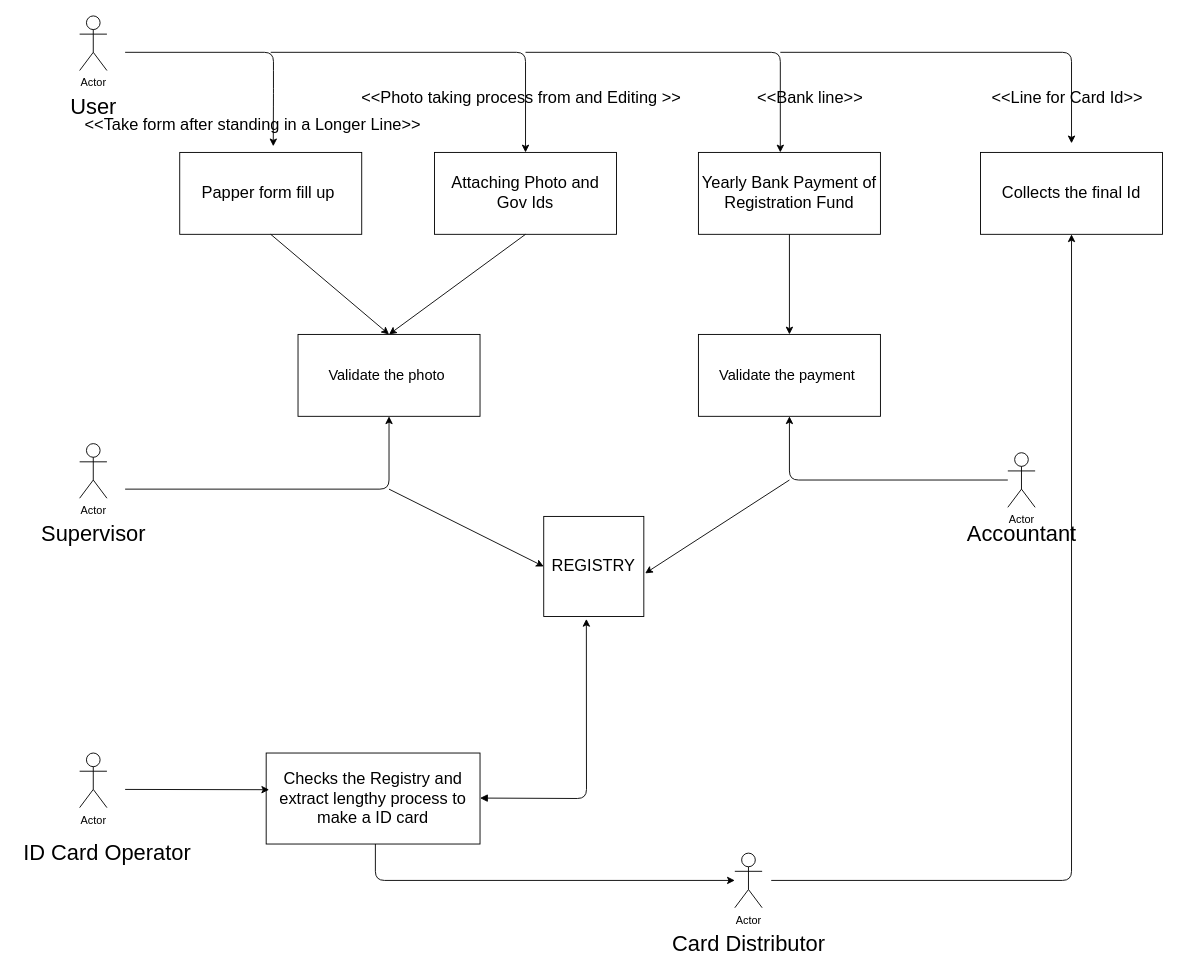
This is AutoVsManual.drawio from chauchausoup/inventory, a draw.io file, before an edit. Source tidied: cells renumbered, new cells numbered last; positions are measured from the earlier drawing's top-left corner, leaving out a move shared by most shapes. Both pictures are drawn from the tidied source at 91%, with x=0, y=0 at pixel (15, 15).
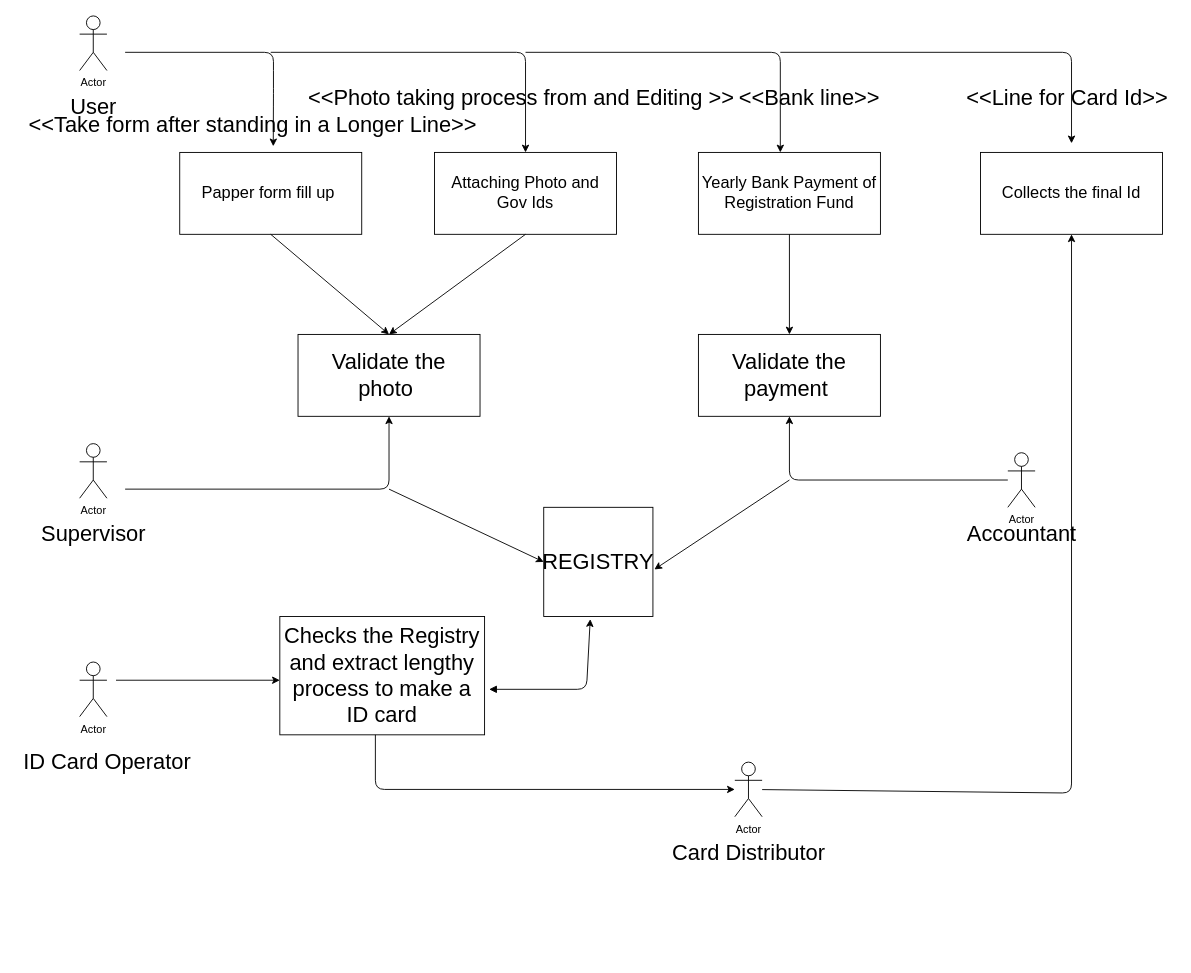
The same page after the edit.

Unchanged cells that the change refers to:
```xml
<mxCell id="33" value="&lt;font style=&quot;font-size: 18px&quot;&gt;Collects the final Id&lt;/font&gt;" style="rounded=0;whiteSpace=wrap;html=1;" parent="1" vertex="1">
  <mxGeometry x="1060" y="150" width="200" height="90" as="geometry" />
</mxCell>
```

Change to the diagram source:
```diff
@@
-    <mxCell id="4" value="&lt;font size=&quot;3&quot;&gt;Validate the photo&amp;nbsp;&lt;/font&gt;" style="rounded=0;whiteSpace=wrap;html=1;" parent="1" vertex="1">
+    <mxCell id="4" value="&lt;font style=&quot;font-size: 24px&quot;&gt;Validate the photo&amp;nbsp;&lt;/font&gt;" style="rounded=0;whiteSpace=wrap;html=1;" parent="1" vertex="1">
       <mxGeometry x="310" y="350" width="200" height="90" as="geometry" />
     </mxCell>
@@
-    <mxCell id="18" value="&lt;font size=&quot;3&quot;&gt;Validate the payment&amp;nbsp;&lt;/font&gt;" style="rounded=0;whiteSpace=wrap;html=1;" parent="1" vertex="1">
+    <mxCell id="18" value="&lt;font style=&quot;font-size: 24px&quot;&gt;Validate the payment&amp;nbsp;&lt;/font&gt;" style="rounded=0;whiteSpace=wrap;html=1;" parent="1" vertex="1">
       <mxGeometry x="750" y="350" width="200" height="90" as="geometry" />
     </mxCell>
@@
-    <mxCell id="21" value="&lt;font style=&quot;font-size: 18px&quot;&gt;REGISTRY&lt;/font&gt;" style="whiteSpace=wrap;html=1;" parent="1" vertex="1">
-      <mxGeometry x="580" y="550" width="110" height="110" as="geometry" />
+    <mxCell id="21" value="&lt;font style=&quot;font-size: 24px&quot;&gt;REGISTRY&lt;/font&gt;" style="whiteSpace=wrap;html=1;" parent="1" vertex="1">
+      <mxGeometry x="580" y="540" width="120" height="120" as="geometry" />
     </mxCell>
@@
-    <mxCell id="24" value="&lt;font style=&quot;font-size: 18px&quot;&gt;&amp;lt;&amp;lt;Photo taking process from and Editing &amp;gt;&amp;gt;&lt;/font&gt;" style="text;html=1;align=center;verticalAlign=middle;" parent="1" vertex="1">
-      <mxGeometry x="370" y="80" width="370" height="20" as="geometry" />
+    <mxCell id="24" value="&lt;font style=&quot;font-size: 24px&quot;&gt;&amp;lt;&amp;lt;Photo taking process from and Editing &amp;gt;&amp;gt;&lt;/font&gt;" style="text;html=1;align=center;verticalAlign=middle;" parent="1" vertex="1">
+      <mxGeometry x="315" y="80" width="480" height="20" as="geometry" />
     </mxCell>
-    <mxCell id="25" value="&lt;font style=&quot;font-size: 18px&quot;&gt;&amp;lt;&amp;lt;Take form after standing in a Longer Line&amp;gt;&amp;gt;&lt;/font&gt;" style="text;html=1;align=center;verticalAlign=middle;" parent="1" vertex="1">
-      <mxGeometry x="65" y="110" width="390" height="20" as="geometry" />
+    <mxCell id="25" value="&lt;font style=&quot;font-size: 24px&quot;&gt;&amp;lt;&amp;lt;Take form after standing in a Longer Line&amp;gt;&amp;gt;&lt;/font&gt;" style="text;html=1;align=center;verticalAlign=middle;" parent="1" vertex="1">
+      <mxGeometry x="5" y="110" width="510" height="20" as="geometry" />
     </mxCell>
-    <mxCell id="26" value="&lt;font style=&quot;font-size: 18px&quot;&gt;&amp;lt;&amp;lt;Bank line&amp;gt;&amp;gt;&amp;nbsp;&lt;/font&gt;" style="text;html=1;align=center;verticalAlign=middle;" parent="1" vertex="1">
-      <mxGeometry x="805" y="80" width="140" height="20" as="geometry" />
+    <mxCell id="26" value="&lt;font style=&quot;font-size: 24px&quot;&gt;&amp;lt;&amp;lt;Bank line&amp;gt;&amp;gt;&amp;nbsp;&lt;/font&gt;" style="text;html=1;align=center;verticalAlign=middle;" parent="1" vertex="1">
+      <mxGeometry x="785" y="80" width="180" height="20" as="geometry" />
     </mxCell>
     <mxCell id="27" value="Actor" style="shape=umlActor;verticalLabelPosition=bottom;verticalAlign=top;html=1;" parent="1" vertex="1">
-      <mxGeometry x="70" y="810" width="30" height="60" as="geometry" />
+      <mxGeometry x="70" y="710" width="30" height="60" as="geometry" />
     </mxCell>
     <mxCell id="28" value="&lt;font style=&quot;font-size: 24px&quot;&gt;ID Card Operator&lt;/font&gt;" style="text;html=1;align=center;verticalAlign=middle;" parent="1" vertex="1">
-      <mxGeometry y="910" width="200" height="20" as="geometry" />
+      <mxGeometry y="810" width="200" height="20" as="geometry" />
     </mxCell>
-    <mxCell id="29" value="&lt;font style=&quot;font-size: 18px&quot;&gt;Checks the Registry and extract lengthy process to make a ID card&lt;/font&gt;" style="rounded=0;whiteSpace=wrap;html=1;" parent="1" vertex="1">
-      <mxGeometry x="275" y="810" width="235" height="100" as="geometry" />
+    <mxCell id="29" value="&lt;font style=&quot;font-size: 24px&quot;&gt;Checks the Registry and extract lengthy process to make a ID card&lt;/font&gt;" style="rounded=0;whiteSpace=wrap;html=1;" parent="1" vertex="1">
+      <mxGeometry x="290" y="660" width="225" height="130" as="geometry" />
     </mxCell>
-    <mxCell id="30" style="endArrow=classic;html=1;entryX=0.014;entryY=0.403;entryDx=0;entryDy=0;entryPerimeter=0;" parent="1" edge="1" target="29">
+    <mxCell id="30" style="endArrow=classic;html=1;" parent="1" edge="1">
       <mxGeometry relative="1" as="geometry">
-        <mxPoint x="120" y="850" as="sourcePoint" />
+        <mxPoint x="110" y="730" as="sourcePoint" />
+        <mxPoint x="290" y="730" as="targetPoint" />
       </mxGeometry>
     </mxCell>
     <mxCell id="31" style="endArrow=classic;html=1;entryX=0.426;entryY=1.024;entryDx=0;entryDy=0;entryPerimeter=0;startArrow=block;startFill=1;" parent="1" edge="1" target="21">
       <mxGeometry relative="1" as="geometry">
-        <mxPoint x="510" y="859.5" as="sourcePoint" />
+        <mxPoint x="520" y="740" as="sourcePoint" />
         <Array as="points">
-          <mxPoint x="627" y="860" />
+          <mxPoint x="627" y="740" />
         </Array>
       </mxGeometry>
     </mxCell>
@@
     <mxCell id="34" value="Actor" style="shape=umlActor;verticalLabelPosition=bottom;verticalAlign=top;html=1;outlineConnect=0;" parent="1" vertex="1">
-      <mxGeometry x="790" y="920" width="30" height="60" as="geometry" />
+      <mxGeometry x="790" y="820" width="30" height="60" as="geometry" />
     </mxCell>
     <mxCell id="35" value="&lt;font style=&quot;font-size: 24px&quot;&gt;Card Distributor&lt;/font&gt;" style="text;html=1;align=center;verticalAlign=middle;" parent="1" vertex="1">
-      <mxGeometry x="715" y="1010" width="180" height="20" as="geometry" />
+      <mxGeometry x="715" y="910" width="180" height="20" as="geometry" />
     </mxCell>
     <mxCell id="36" style="endArrow=classic;html=1;" parent="1" edge="1" target="34">
       <mxGeometry relative="1" as="geometry">
-        <mxPoint x="395" y="910" as="sourcePoint" />
+        <mxPoint x="395" y="790" as="sourcePoint" />
         <Array as="points">
-          <mxPoint x="395" y="950" />
+          <mxPoint x="395" y="850" />
         </Array>
       </mxGeometry>
     </mxCell>
-    <mxCell id="37" style="endArrow=classic;html=1;entryX=0.5;entryY=1;entryDx=0;entryDy=0;" parent="1" edge="1" target="33">
+    <mxCell id="37" style="endArrow=classic;html=1;entryX=0.5;entryY=1;entryDx=0;entryDy=0;" parent="1" edge="1" source="34" target="33">
       <mxGeometry relative="1" as="geometry">
-        <mxPoint x="830" y="950" as="sourcePoint" />
         <Array as="points">
-          <mxPoint x="1160" y="950" />
+          <mxPoint x="1160" y="854" />
         </Array>
       </mxGeometry>
     </mxCell>
-    <mxCell id="38" value="&lt;font style=&quot;font-size: 18px&quot;&gt;&amp;lt;&amp;lt;Line for Card Id&amp;gt;&amp;gt;&lt;/font&gt;" style="text;html=1;align=center;verticalAlign=middle;" parent="1" vertex="1">
-      <mxGeometry x="1065" y="80" width="180" height="20" as="geometry" />
+    <mxCell id="38" value="&lt;font style=&quot;font-size: 24px&quot;&gt;&amp;lt;&amp;lt;Line for Card Id&amp;gt;&amp;gt;&lt;/font&gt;" style="text;html=1;align=center;verticalAlign=middle;" parent="1" vertex="1">
+      <mxGeometry x="1035" y="80" width="240" height="20" as="geometry" />
     </mxCell>
```
